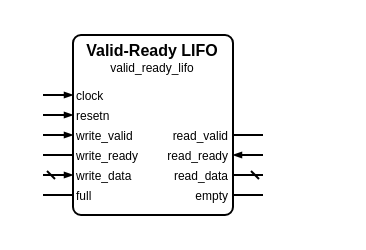
Earlier version of the draw.io diagram sources/data/valid_ready/lifo/valid_ready_lifo.symbol.drawio (Louis-DR/OmniCores-BuildingBlocks). Source tidied: cells renumbered, new cells numbered last; positions are measured from the earlier drawing's top-left corner, leaving out a move shared by most shapes. Both pictures are drawn from the tidied source at 200%, with x=0, y=0 at pixel (42, 34).
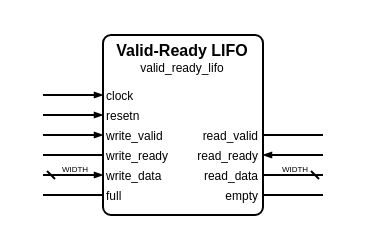
The same diagram, later.

Diff of the diagram source:
```diff
@@
     <mxCell id="2" style="group;" parent="1" vertex="1">
-      <mxGeometry width="110" height="90" as="geometry" />
+      <mxGeometry width="140" height="90" as="geometry" />
     </mxCell>
     <mxCell id="3" style="rounded=1;arcSize=5;fillColor=none;strokeWidth=1;strokeColor=black;whiteSpace=wrap;html=1;" parent="2" vertex="1">
-      <mxGeometry x="15" width="80" height="90" as="geometry" />
+      <mxGeometry x="30" width="80" height="90" as="geometry" />
     </mxCell>
     <mxCell id="4" value="Valid-Ready LIFO" style="text;html=1;align=center;verticalAlign=middle;whiteSpace=wrap;rounded=0;fontSize=8;fontStyle=1;fontColor=black;" parent="2" vertex="1">
-      <mxGeometry x="15" y="7" width="80" as="geometry" />
+      <mxGeometry x="30" y="7" width="80" as="geometry" />
     </mxCell>
     <mxCell id="5" value="valid_ready_lifo" style="text;html=1;align=center;verticalAlign=middle;whiteSpace=wrap;rounded=0;fontSize=6;fontStyle=0;fontColor=black;" parent="2" vertex="1">
-      <mxGeometry x="15" y="16" width="80" as="geometry" />
+      <mxGeometry x="30" y="16" width="80" as="geometry" />
     </mxCell>
     <mxCell id="6" value="clock" style="text;html=1;align=left;verticalAlign=middle;whiteSpace=wrap;rounded=0;fontSize=6;fontStyle=0;fontColor=black;" parent="2" vertex="1">
-      <mxGeometry x="15" y="30" width="80" as="geometry" />
+      <mxGeometry x="30" y="30" width="80" as="geometry" />
     </mxCell>
     <mxCell id="7" style="html=1;rounded=1;strokeWidth=1;strokeColor=black;startFill=0;startSize=2;startArrow=none;endFill=1;endSize=2;endArrow=blockThin;sourcePerimeterSpacing=0;" parent="2" edge="1">
       <mxGeometry relative="1" as="geometry">
         <mxPoint y="30" as="sourcePoint" />
-        <mxPoint x="15" y="30" as="targetPoint" />
+        <mxPoint x="30" y="30" as="targetPoint" />
       </mxGeometry>
     </mxCell>
     <mxCell id="8" value="resetn" style="text;html=1;align=left;verticalAlign=middle;whiteSpace=wrap;rounded=0;fontSize=6;fontStyle=0;fontColor=black;" parent="2" vertex="1">
-      <mxGeometry x="15" y="40" width="80" as="geometry" />
+      <mxGeometry x="30" y="40" width="80" as="geometry" />
     </mxCell>
     <mxCell id="9" style="html=1;rounded=1;strokeWidth=1;strokeColor=black;startFill=0;startSize=2;startArrow=none;endFill=1;endSize=2;endArrow=blockThin;sourcePerimeterSpacing=0;" parent="2" edge="1">
       <mxGeometry relative="1" as="geometry">
         <mxPoint y="40" as="sourcePoint" />
-        <mxPoint x="15" y="40" as="targetPoint" />
+        <mxPoint x="30" y="40" as="targetPoint" />
       </mxGeometry>
     </mxCell>
     <mxCell id="10" value="write_valid" style="text;html=1;align=left;verticalAlign=middle;whiteSpace=wrap;rounded=0;fontSize=6;fontStyle=0;fontColor=black;" parent="2" vertex="1">
-      <mxGeometry x="15" y="50" width="80" as="geometry" />
+      <mxGeometry x="30" y="50" width="80" as="geometry" />
     </mxCell>
     <mxCell id="11" style="html=1;rounded=1;strokeWidth=1;strokeColor=black;startFill=0;startSize=2;startArrow=none;endFill=1;endSize=2;endArrow=blockThin;sourcePerimeterSpacing=0;" parent="2" edge="1">
       <mxGeometry relative="1" as="geometry">
         <mxPoint y="50" as="sourcePoint" />
-        <mxPoint x="15" y="50" as="targetPoint" />
+        <mxPoint x="30" y="50" as="targetPoint" />
       </mxGeometry>
     </mxCell>
     <mxCell id="12" value="read_valid" style="text;html=1;align=right;verticalAlign=middle;whiteSpace=wrap;rounded=0;fontSize=6;fontStyle=0;fontColor=black;" parent="2" vertex="1">
-      <mxGeometry x="15" y="50" width="80" as="geometry" />
+      <mxGeometry x="30" y="50" width="80" as="geometry" />
     </mxCell>
     <mxCell id="13" style="html=1;rounded=1;strokeWidth=1;strokeColor=black;startFill=0;startSize=2;startArrow=none;endFill=1;endSize=2;endArrow=none;sourcePerimeterSpacing=0;" parent="2" edge="1">
       <mxGeometry relative="1" as="geometry">
-        <mxPoint x="110" y="50" as="sourcePoint" />
-        <mxPoint x="95" y="50" as="targetPoint" />
+        <mxPoint x="140" y="50" as="sourcePoint" />
+        <mxPoint x="110" y="50" as="targetPoint" />
       </mxGeometry>
     </mxCell>
     <mxCell id="14" value="write_ready" style="text;html=1;align=left;verticalAlign=middle;whiteSpace=wrap;rounded=0;fontSize=6;fontStyle=0;fontColor=black;" parent="2" vertex="1">
-      <mxGeometry x="15" y="60" width="80" as="geometry" />
+      <mxGeometry x="30" y="60" width="80" as="geometry" />
     </mxCell>
     <mxCell id="15" style="html=1;rounded=1;strokeWidth=1;strokeColor=black;startFill=0;startSize=2;startArrow=none;endFill=1;endSize=2;endArrow=none;sourcePerimeterSpacing=0;" parent="2" edge="1">
       <mxGeometry relative="1" as="geometry">
         <mxPoint y="60" as="sourcePoint" />
-        <mxPoint x="15" y="60" as="targetPoint" />
+        <mxPoint x="30" y="60" as="targetPoint" />
       </mxGeometry>
     </mxCell>
     <mxCell id="16" value="read_ready" style="text;html=1;align=right;verticalAlign=middle;whiteSpace=wrap;rounded=0;fontSize=6;fontStyle=0;fontColor=black;" parent="2" vertex="1">
-      <mxGeometry x="15" y="60" width="80" as="geometry" />
+      <mxGeometry x="30" y="60" width="80" as="geometry" />
     </mxCell>
     <mxCell id="17" style="html=1;rounded=1;strokeWidth=1;strokeColor=black;startFill=0;startSize=2;startArrow=none;endFill=1;endSize=2;endArrow=blockThin;sourcePerimeterSpacing=0;" parent="2" edge="1">
       <mxGeometry relative="1" as="geometry">
-        <mxPoint x="110" y="60" as="sourcePoint" />
-        <mxPoint x="95" y="60" as="targetPoint" />
+        <mxPoint x="140" y="60" as="sourcePoint" />
+        <mxPoint x="110" y="60" as="targetPoint" />
       </mxGeometry>
     </mxCell>
     <mxCell id="18" value="write_data" style="text;html=1;align=left;verticalAlign=middle;whiteSpace=wrap;rounded=0;fontSize=6;fontStyle=0;fontColor=black;" parent="2" vertex="1">
-      <mxGeometry x="15" y="70" width="80" as="geometry" />
+      <mxGeometry x="30" y="70" width="80" as="geometry" />
     </mxCell>
     <mxCell id="19" style="html=1;rounded=1;strokeWidth=1;strokeColor=black;startFill=0;startSize=2;startArrow=dash;endFill=1;endSize=2;endArrow=blockThin;sourcePerimeterSpacing=0;" parent="2" edge="1">
       <mxGeometry relative="1" as="geometry">
         <mxPoint y="70" as="sourcePoint" />
-        <mxPoint x="15" y="70" as="targetPoint" />
+        <mxPoint x="30" y="70" as="targetPoint" />
       </mxGeometry>
     </mxCell>
+    <mxCell id="26" value="WIDTH" style="text;html=1;align=center;verticalAlign=middle;whiteSpace=nowrap;rounded=0;fontSize=4;fontStyle=0;fontColor=black;" parent="2" vertex="1">
+      <mxGeometry x="15" y="67" as="geometry" />
+    </mxCell>
     <mxCell id="20" value="read_data" style="text;html=1;align=right;verticalAlign=middle;whiteSpace=wrap;rounded=0;fontSize=6;fontStyle=0;fontColor=black;" parent="2" vertex="1">
-      <mxGeometry x="15" y="70" width="80" as="geometry" />
+      <mxGeometry x="30" y="70" width="80" as="geometry" />
     </mxCell>
     <mxCell id="21" style="html=1;rounded=1;strokeWidth=1;strokeColor=black;startFill=0;startSize=2;startArrow=dash;endFill=1;endSize=2;endArrow=none;sourcePerimeterSpacing=0;" parent="2" edge="1">
       <mxGeometry relative="1" as="geometry">
-        <mxPoint x="110" y="70" as="sourcePoint" />
-        <mxPoint x="95" y="70" as="targetPoint" />
+        <mxPoint x="140" y="70" as="sourcePoint" />
+        <mxPoint x="110" y="70" as="targetPoint" />
       </mxGeometry>
     </mxCell>
+    <mxCell id="27" value="WIDTH" style="text;html=1;align=center;verticalAlign=middle;whiteSpace=nowrap;rounded=0;fontSize=4;fontStyle=0;fontColor=black;" parent="2" vertex="1">
+      <mxGeometry x="125" y="67" as="geometry" />
+    </mxCell>
     <mxCell id="22" value="full" style="text;html=1;align=left;verticalAlign=middle;whiteSpace=wrap;rounded=0;fontSize=6;fontStyle=0;fontColor=black;" parent="2" vertex="1">
-      <mxGeometry x="15" y="80" width="80" as="geometry" />
+      <mxGeometry x="30" y="80" width="80" as="geometry" />
     </mxCell>
     <mxCell id="23" style="html=1;rounded=1;strokeWidth=1;strokeColor=black;startFill=0;startSize=2;startArrow=none;endFill=1;endSize=2;endArrow=none;sourcePerimeterSpacing=0;" parent="2" edge="1">
       <mxGeometry relative="1" as="geometry">
         <mxPoint y="80" as="sourcePoint" />
-        <mxPoint x="15" y="80" as="targetPoint" />
+        <mxPoint x="30" y="80" as="targetPoint" />
       </mxGeometry>
     </mxCell>
     <mxCell id="24" value="empty" style="text;html=1;align=right;verticalAlign=middle;whiteSpace=wrap;rounded=0;fontSize=6;fontStyle=0;fontColor=black;" parent="2" vertex="1">
-      <mxGeometry x="15" y="80" width="80" as="geometry" />
+      <mxGeometry x="30" y="80" width="80" as="geometry" />
     </mxCell>
     <mxCell id="25" style="html=1;rounded=1;strokeWidth=1;strokeColor=black;startFill=0;startSize=2;startArrow=none;endFill=1;endSize=2;endArrow=none;sourcePerimeterSpacing=0;" parent="2" edge="1">
       <mxGeometry relative="1" as="geometry">
-        <mxPoint x="110" y="80" as="sourcePoint" />
-        <mxPoint x="95" y="80" as="targetPoint" />
+        <mxPoint x="140" y="80" as="sourcePoint" />
+        <mxPoint x="110" y="80" as="targetPoint" />
       </mxGeometry>
     </mxCell>
```
